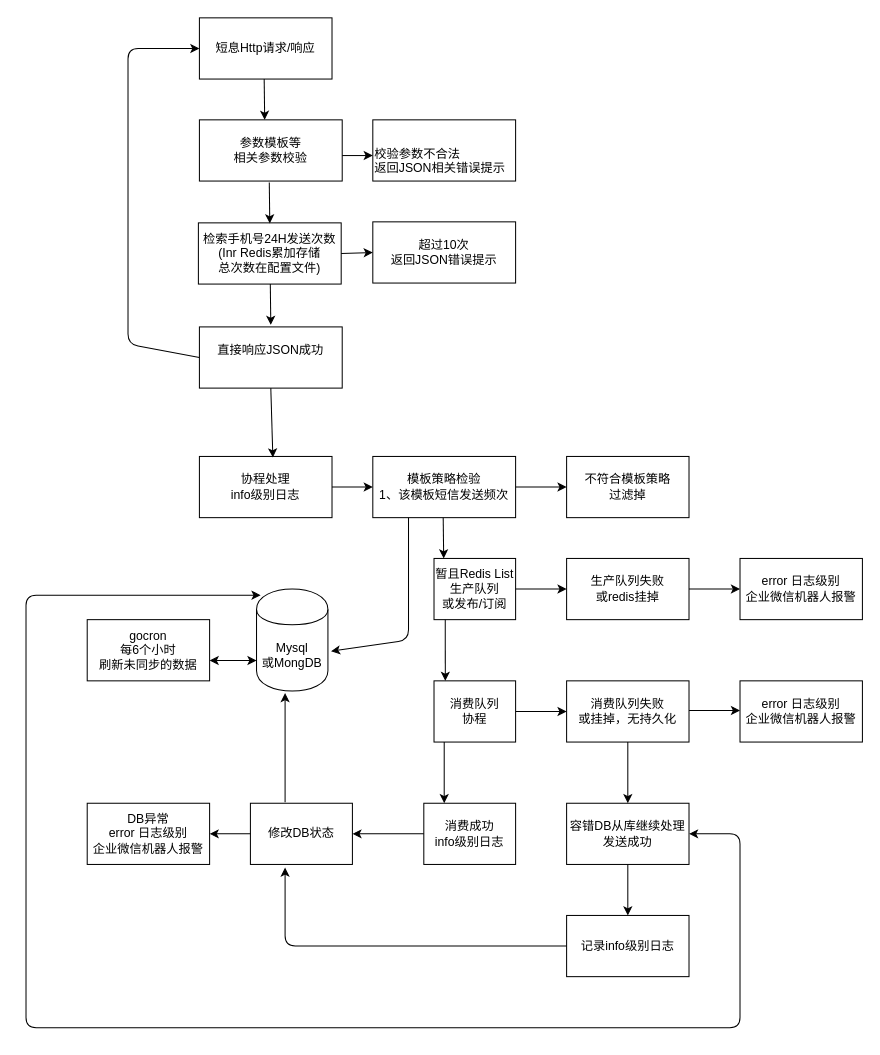
akun87/activity keeps this draw.io diagram as NewSMS.drawio. Above is the earlier version. Source tidied: cells renumbered, new cells numbered last; positions are measured from the earlier drawing's top-left corner, leaving out a move shared by most shapes. Both pictures are drawn from the tidied source at 102%, with x=0, y=0 at pixel (26, 17).
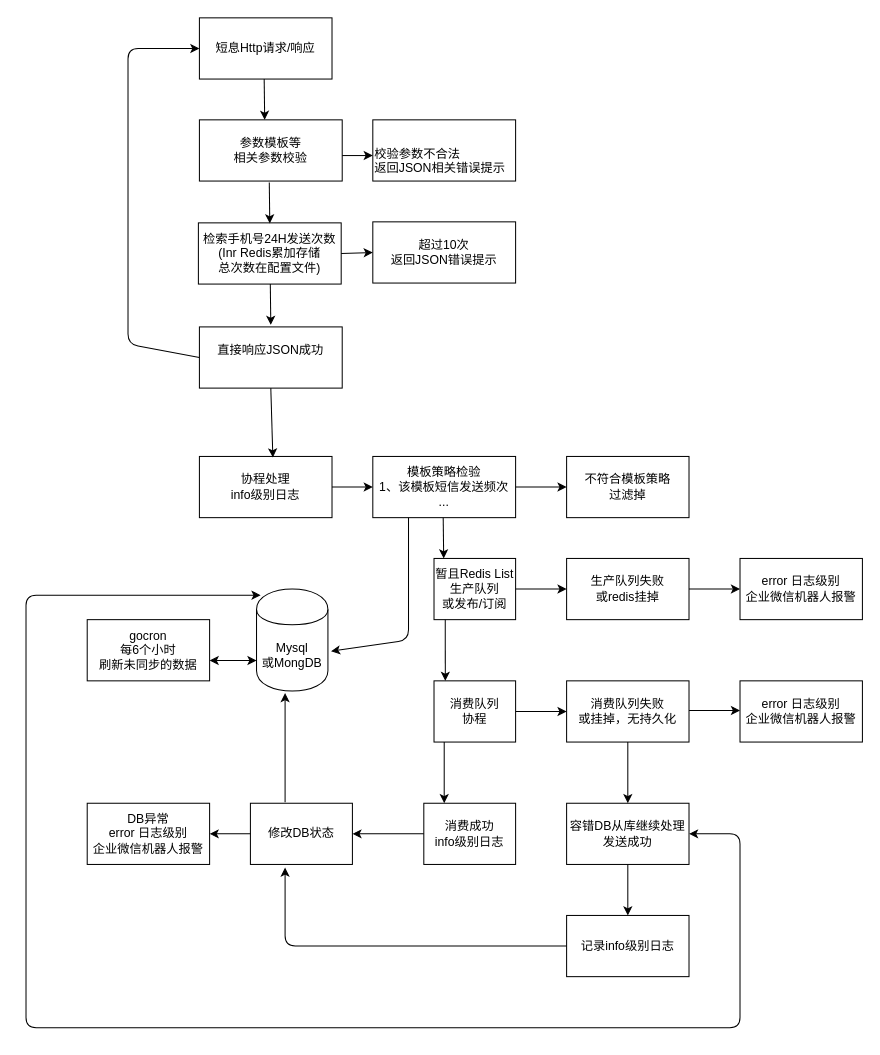
The same diagram, later.

Change to the diagram source:
```diff
@@
-    <mxCell id="9" value="&lt;div&gt;模板策略检验&lt;/div&gt;&lt;div&gt;1、该模板短信发送频次&lt;br&gt;&lt;/div&gt;" style="rounded=0;whiteSpace=wrap;html=1;" parent="1" vertex="1">
+    <mxCell id="9" value="&lt;div&gt;模板策略检验&lt;/div&gt;&lt;div&gt;1、该模板短信发送频次&lt;br&gt;&lt;/div&gt;&lt;div&gt;...&lt;br&gt;&lt;/div&gt;" style="rounded=0;whiteSpace=wrap;html=1;" parent="1" vertex="1">
       <mxGeometry x="340" y="430" width="140" height="60" as="geometry" />
     </mxCell>
```
